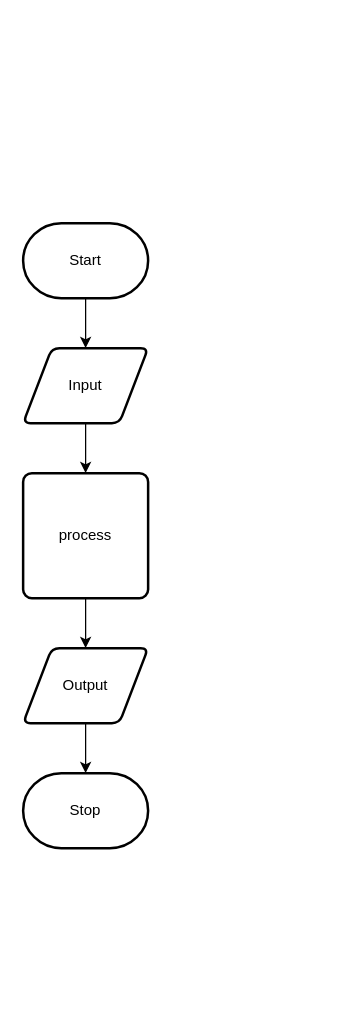
ashley-monaghan/ICS2OR-Unit-5-02 keeps this draw.io diagram as design/flow-chart.drawio. Above is the earlier version. Source tidied: cells renumbered, new cells numbered last; positions are measured from the earlier drawing's top-left corner, leaving out a move shared by most shapes. Both pictures are drawn from the tidied source at 125%, with x=0, y=0 at pixel (22, 222).
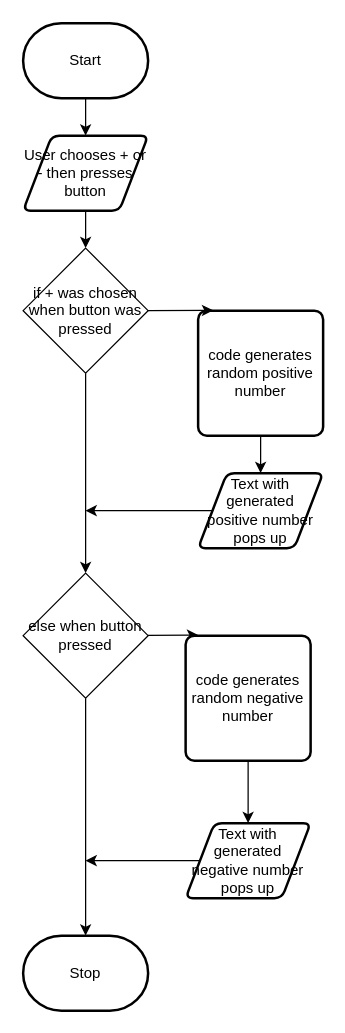
The same diagram, later.

What changed in the source:
```diff
@@
     <mxCell id="3" value="Start" style="strokeWidth=2;html=1;shape=mxgraph.flowchart.terminator;whiteSpace=wrap;" parent="1" vertex="1">
-      <mxGeometry width="100" height="60" as="geometry" />
+      <mxGeometry y="-160" width="100" height="60" as="geometry" />
     </mxCell>
-    <mxCell id="4" style="edgeStyle=none;html=1;" parent="1" edge="1" source="5" target="7">
-      <mxGeometry relative="1" as="geometry" />
-    </mxCell>
+    <mxCell id="11" style="edgeStyle=none;html=1;entryX=0.5;entryY=0;entryDx=0;entryDy=0;" parent="1" edge="1" source="5" target="16">
+      <mxGeometry relative="1" as="geometry" />
+    </mxCell>
-    <mxCell id="5" value="Input" style="shape=parallelogram;html=1;strokeWidth=2;perimeter=parallelogramPerimeter;whiteSpace=wrap;rounded=1;arcSize=12;size=0.23;" parent="1" vertex="1">
-      <mxGeometry y="100" width="100" height="60" as="geometry" />
+    <mxCell id="5" value="User chooses + or - then presses button" style="shape=parallelogram;html=1;strokeWidth=2;perimeter=parallelogramPerimeter;whiteSpace=wrap;rounded=1;arcSize=12;size=0.23;" parent="1" vertex="1">
+      <mxGeometry y="-70" width="100" height="60" as="geometry" />
     </mxCell>
-    <mxCell id="6" style="edgeStyle=none;html=1;" parent="1" edge="1" source="7" target="9">
-      <mxGeometry relative="1" as="geometry" />
-    </mxCell>
-    <mxCell id="7" value="process" style="rounded=1;whiteSpace=wrap;html=1;absoluteArcSize=1;arcSize=14;strokeWidth=2;" parent="1" vertex="1">
-      <mxGeometry y="200" width="100" height="100" as="geometry" />
-    </mxCell>
-    <mxCell id="8" style="edgeStyle=none;html=1;" parent="1" edge="1" source="9" target="10">
-      <mxGeometry relative="1" as="geometry" />
-    </mxCell>
-    <mxCell id="9" value="Output" style="shape=parallelogram;html=1;strokeWidth=2;perimeter=parallelogramPerimeter;whiteSpace=wrap;rounded=1;arcSize=12;size=0.23;" parent="1" vertex="1">
-      <mxGeometry y="340" width="100" height="60" as="geometry" />
-    </mxCell>
+    <mxCell id="12" style="edgeStyle=none;html=1;entryX=0.5;entryY=0;entryDx=0;entryDy=0;" parent="1" edge="1" source="13" target="18">
+      <mxGeometry relative="1" as="geometry" />
+    </mxCell>
+    <mxCell id="13" value="code generates random positive number" style="rounded=1;whiteSpace=wrap;html=1;absoluteArcSize=1;arcSize=14;strokeWidth=2;" parent="1" vertex="1">
+      <mxGeometry x="140" y="70" width="100" height="100" as="geometry" />
+    </mxCell>
     <mxCell id="10" value="Stop" style="strokeWidth=2;html=1;shape=mxgraph.flowchart.terminator;whiteSpace=wrap;" parent="1" vertex="1">
-      <mxGeometry y="440" width="100" height="60" as="geometry" />
+      <mxGeometry y="570" width="100" height="60" as="geometry" />
     </mxCell>
+    <mxCell id="14" style="edgeStyle=none;html=1;entryX=0.12;entryY=-0.002;entryDx=0;entryDy=0;entryPerimeter=0;" parent="1" edge="1" source="16" target="13">
+      <mxGeometry relative="1" as="geometry" />
+    </mxCell>
+    <mxCell id="15" style="edgeStyle=none;html=1;entryX=0.5;entryY=0;entryDx=0;entryDy=0;" parent="1" edge="1" source="16" target="21">
+      <mxGeometry relative="1" as="geometry" />
+    </mxCell>
+    <mxCell id="16" value="if + was chosen when button was pressed" style="rhombus;whiteSpace=wrap;html=1;" parent="1" vertex="1">
+      <mxGeometry y="20" width="100" height="100" as="geometry" />
+    </mxCell>
+    <mxCell id="17" style="edgeStyle=none;html=1;" parent="1" edge="1" source="18">
+      <mxGeometry relative="1" as="geometry">
+        <mxPoint x="50" y="230" as="targetPoint" />
+      </mxGeometry>
+    </mxCell>
+    <mxCell id="18" value="Text with generated positive number pops up" style="shape=parallelogram;html=1;strokeWidth=2;perimeter=parallelogramPerimeter;whiteSpace=wrap;rounded=1;arcSize=12;size=0.23;" parent="1" vertex="1">
+      <mxGeometry x="140" y="200" width="100" height="60" as="geometry" />
+    </mxCell>
+    <mxCell id="19" style="edgeStyle=none;html=1;entryX=0.1;entryY=-0.005;entryDx=0;entryDy=0;entryPerimeter=0;" parent="1" edge="1" source="21" target="23">
+      <mxGeometry relative="1" as="geometry" />
+    </mxCell>
+    <mxCell id="20" style="edgeStyle=none;html=1;" parent="1" edge="1" source="21" target="10">
+      <mxGeometry relative="1" as="geometry" />
+    </mxCell>
+    <mxCell id="21" value="else when button pressed" style="rhombus;whiteSpace=wrap;html=1;" parent="1" vertex="1">
+      <mxGeometry y="280" width="100" height="100" as="geometry" />
+    </mxCell>
+    <mxCell id="22" style="edgeStyle=none;html=1;entryX=0.5;entryY=0;entryDx=0;entryDy=0;" parent="1" edge="1" source="23" target="25">
+      <mxGeometry relative="1" as="geometry" />
+    </mxCell>
+    <mxCell id="23" value="code generates random negative number" style="rounded=1;whiteSpace=wrap;html=1;absoluteArcSize=1;arcSize=14;strokeWidth=2;" parent="1" vertex="1">
+      <mxGeometry x="130" y="330" width="100" height="100" as="geometry" />
+    </mxCell>
+    <mxCell id="24" style="edgeStyle=none;html=1;" parent="1" edge="1" source="25">
+      <mxGeometry relative="1" as="geometry">
+        <mxPoint x="50" y="510" as="targetPoint" />
+      </mxGeometry>
+    </mxCell>
+    <mxCell id="25" value="Text with generated negative number pops up" style="shape=parallelogram;html=1;strokeWidth=2;perimeter=parallelogramPerimeter;whiteSpace=wrap;rounded=1;arcSize=12;size=0.23;" parent="1" vertex="1">
+      <mxGeometry x="130" y="480" width="100" height="60" as="geometry" />
+    </mxCell>
```
